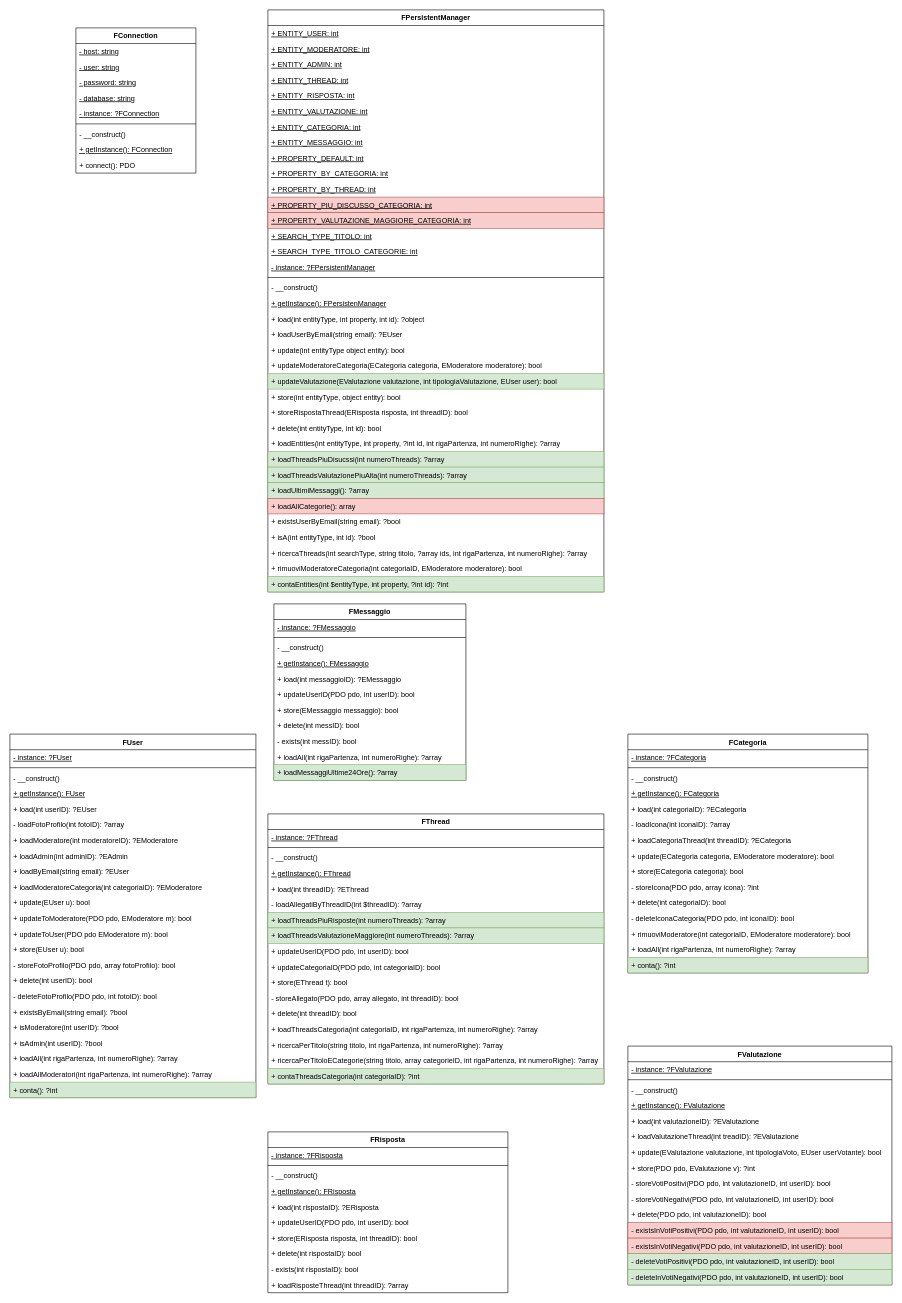
Earlier version of the draw.io diagram Diagrammi/UML Fondation 2.drawio (EdoPan/UniChat). Source tidied: cells renumbered, new cells numbered last; positions are measured from the earlier drawing's top-left corner, leaving out a move shared by most shapes. Both pictures are drawn from the tidied source at 60%, with x=0, y=0 at pixel (10, 10).
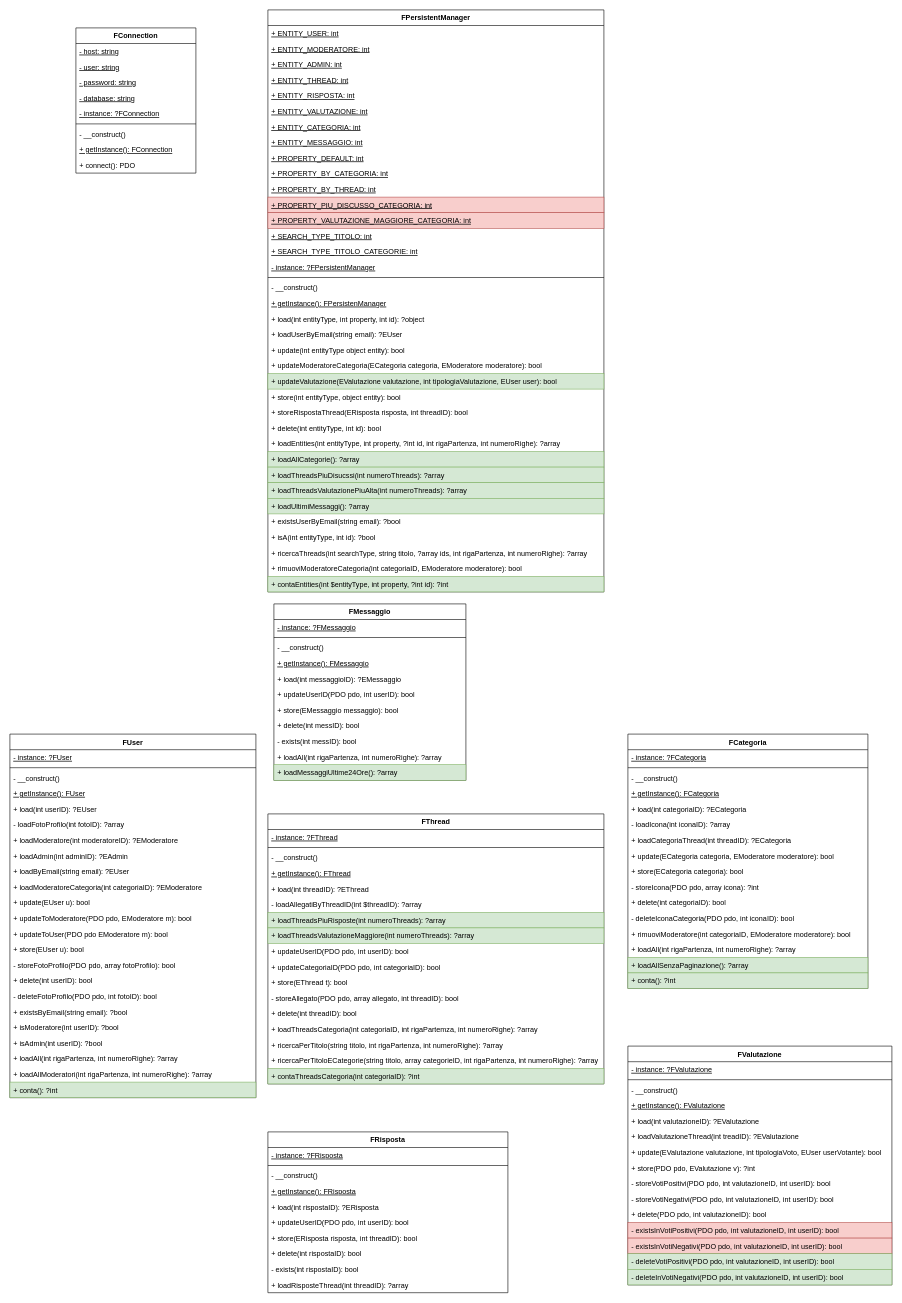
The same diagram, later.

Unchanged cells that the change refers to:
```xml
<mxCell id="12" value="FPersistentManager" style="swimlane;fontStyle=1;align=center;verticalAlign=top;horizontal=1;startSize=26;" parent="1" vertex="1">
  <mxGeometry x="430" width="560" height="970" as="geometry" />
</mxCell>
```

Change to the diagram source:
```diff
@@
+    <mxCell id="44" value="+ loadAllCategorie(): ?array" style="text;strokeColor=#82b366;fillColor=#d5e8d4;align=left;verticalAlign=top;spacingLeft=4;spacingRight=4;overflow=hidden;" parent="12" vertex="1">
+      <mxGeometry y="736" width="560" height="26" as="geometry" />
+    </mxCell>
     <mxCell id="41" value="+ loadThreadsPiuDisucssi(int numeroThreads): ?array" style="text;strokeColor=#82b366;fillColor=#d5e8d4;align=left;verticalAlign=top;spacingLeft=4;spacingRight=4;overflow=hidden;" parent="12" vertex="1">
-      <mxGeometry y="736" width="560" height="26" as="geometry" />
+      <mxGeometry y="762" width="560" height="26" as="geometry" />
     </mxCell>
     <mxCell id="42" value="+ loadThreadsValutazionePiuAlta(int numeroThreads): ?array" style="text;strokeColor=#82b366;fillColor=#d5e8d4;align=left;verticalAlign=top;spacingLeft=4;spacingRight=4;overflow=hidden;" parent="12" vertex="1">
-      <mxGeometry y="762" width="560" height="26" as="geometry" />
+      <mxGeometry y="788" width="560" height="26" as="geometry" />
     </mxCell>
     <mxCell id="43" value="+ loadUltimiMessaggi(): ?array" style="text;strokeColor=#82b366;fillColor=#d5e8d4;align=left;verticalAlign=top;spacingLeft=4;spacingRight=4;overflow=hidden;" parent="12" vertex="1">
-      <mxGeometry y="788" width="560" height="26" as="geometry" />
+      <mxGeometry y="814" width="560" height="26" as="geometry" />
     </mxCell>
-    <mxCell id="44" value="+ loadAllCategorie(): array" style="text;strokeColor=#b85450;fillColor=#f8cecc;align=left;verticalAlign=top;spacingLeft=4;spacingRight=4;overflow=hidden;" parent="12" vertex="1">
-      <mxGeometry y="814" width="560" height="26" as="geometry" />
-    </mxCell>
@@
     <mxCell id="115" value="FCategoria" style="swimlane;fontStyle=1;align=center;verticalAlign=top;horizontal=1;startSize=26;" parent="1" vertex="1">
-      <mxGeometry x="1030" y="1207" width="400" height="398" as="geometry" />
+      <mxGeometry x="1030" y="1207" width="400" height="424" as="geometry" />
     </mxCell>
@@
+    <mxCell id="147" value="+ loadAllSenzaPaginazione(): ?array" style="text;strokeColor=#82b366;fillColor=#d5e8d4;align=left;verticalAlign=top;spacingLeft=4;spacingRight=4;overflow=hidden;" parent="115" vertex="1">
+      <mxGeometry y="372" width="400" height="26" as="geometry" />
+    </mxCell>
     <mxCell id="130" value="+ conta(): ?int" style="text;strokeColor=#82b366;fillColor=#d5e8d4;align=left;verticalAlign=top;spacingLeft=4;spacingRight=4;overflow=hidden;" parent="115" vertex="1">
-      <mxGeometry y="372" width="400" height="26" as="geometry" />
+      <mxGeometry y="398" width="400" height="26" as="geometry" />
     </mxCell>
```
